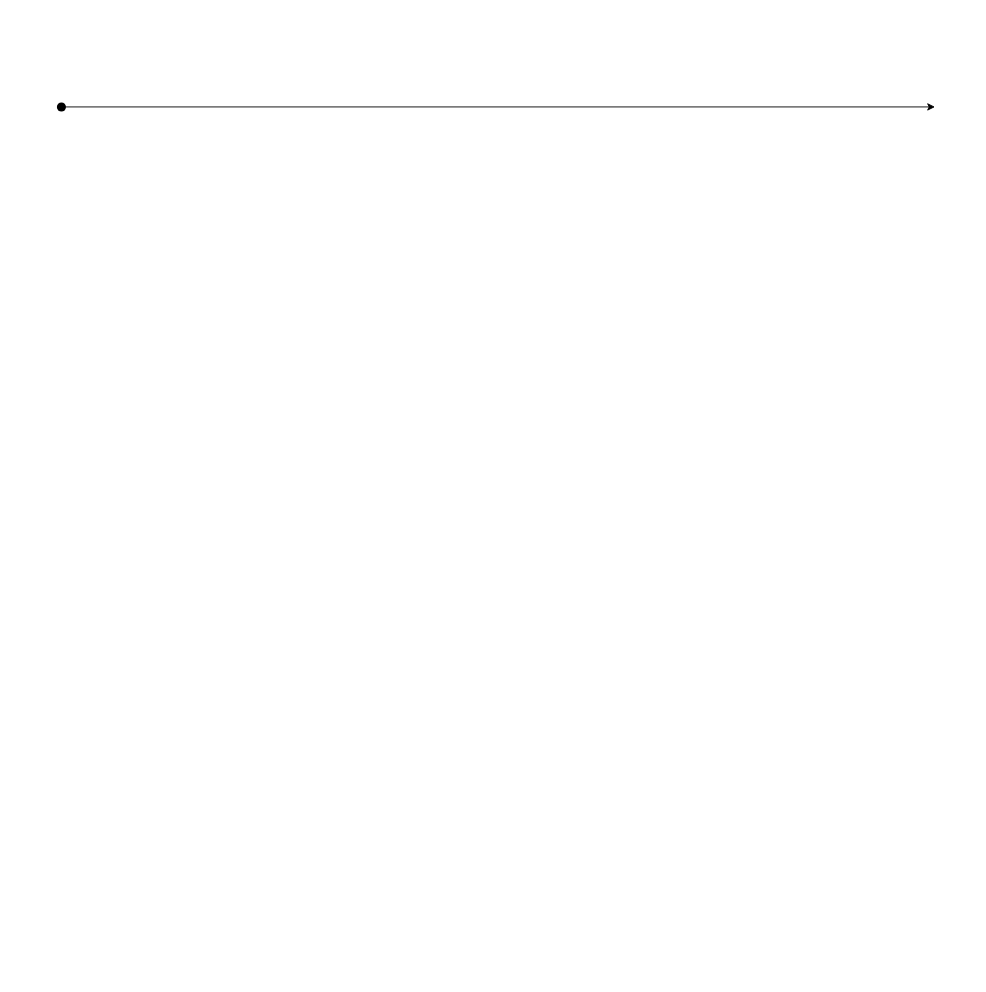
This is 助手研效.drawio from skindhu/9GAG, a draw.io file, before an edit. Source tidied: cells renumbered, new cells numbered last; positions are measured from the earlier drawing's top-left corner, leaving out a move shared by most shapes. Both pictures are drawn from the tidied source at 91%, with x=0, y=0 at pixel (52, 97).
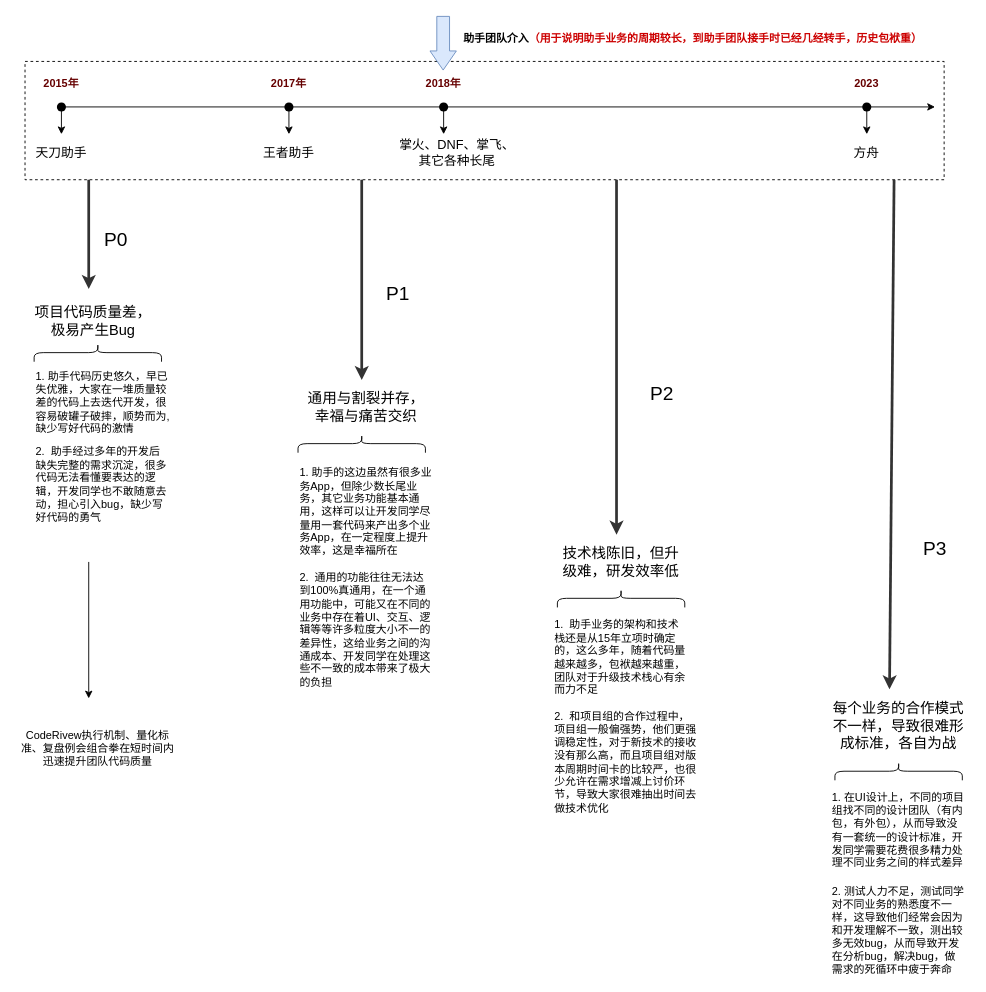
The same page after the edit.

Commit message:
更新助手研效.drawio

The change refers to these unchanged cells:
```xml
<mxCell id="3" style="shape=waypoint;sketch=0;fillStyle=solid;size=6;points=[];fillColor=none;perimeter=centerPerimeter;snapToPoint=1;strokeWidth=3;" parent="1" vertex="1">
  <mxGeometry width="20" height="20" as="geometry" />
</mxCell>
```

What changed in the source:
```diff
@@
+    <mxCell id="4" style="rounded=0;whiteSpace=wrap;html=1;dashed=1;" parent="1" vertex="1">
+      <mxGeometry x="-30" y="-40" width="1010" height="130" as="geometry" />
+    </mxCell>
@@
+    <mxCell id="5" style="edgeStyle=orthogonalEdgeStyle;rounded=0;jettySize=auto;html=1;" parent="1" edge="1" source="3">
+      <mxGeometry relative="1" as="geometry">
+        <mxPoint x="10" y="40" as="targetPoint" />
+      </mxGeometry>
+    </mxCell>
@@
+    <mxCell id="6" value="天刀助手" style="text;html=1;strokeColor=none;fillColor=none;align=center;verticalAlign=middle;whiteSpace=wrap;rounded=0;fontSize=14;" parent="1" vertex="1">
+      <mxGeometry x="-20" y="50" width="60" height="20" as="geometry" />
+    </mxCell>
+    <mxCell id="7" value="2015年" style="text;html=1;strokeColor=none;fillColor=none;align=center;verticalAlign=middle;whiteSpace=wrap;rounded=0;fontColor=#660000;fontStyle=1;" parent="1" vertex="1">
+      <mxGeometry x="-20" y="-30" width="60" height="30" as="geometry" />
+    </mxCell>
+    <mxCell id="8" style="edgeStyle=orthogonalEdgeStyle;rounded=0;jettySize=auto;html=1;" parent="1" edge="1" source="9">
+      <mxGeometry relative="1" as="geometry">
+        <mxPoint x="430" y="40" as="targetPoint" />
+      </mxGeometry>
+    </mxCell>
+    <mxCell id="9" style="shape=waypoint;sketch=0;fillStyle=solid;size=6;points=[];fillColor=none;perimeter=centerPerimeter;snapToPoint=1;strokeWidth=3;" parent="1" vertex="1">
+      <mxGeometry x="420" width="20" height="20" as="geometry" />
+    </mxCell>
+    <mxCell id="10" value="掌火、DNF、掌飞、其它各种长尾" style="text;html=1;strokeColor=none;fillColor=none;align=center;verticalAlign=middle;whiteSpace=wrap;rounded=0;fontSize=14;" parent="1" vertex="1">
+      <mxGeometry x="380" y="45" width="130" height="30" as="geometry" />
+    </mxCell>
+    <mxCell id="11" value="2018年" style="text;html=1;strokeColor=none;fillColor=none;align=center;verticalAlign=middle;whiteSpace=wrap;rounded=0;fontColor=#660000;fontStyle=1;" parent="1" vertex="1">
+      <mxGeometry x="400" y="-30" width="60" height="30" as="geometry" />
+    </mxCell>
+    <mxCell id="12" style="edgeStyle=orthogonalEdgeStyle;rounded=0;jettySize=auto;html=1;" parent="1" edge="1" source="13">
+      <mxGeometry relative="1" as="geometry">
+        <mxPoint x="895" y="40" as="targetPoint" />
+      </mxGeometry>
+    </mxCell>
+    <mxCell id="13" style="shape=waypoint;sketch=0;fillStyle=solid;size=6;points=[];fillColor=none;perimeter=centerPerimeter;snapToPoint=1;strokeWidth=3;" parent="1" vertex="1">
+      <mxGeometry x="885" width="20" height="20" as="geometry" />
+    </mxCell>
+    <mxCell id="14" value="方舟" style="text;html=1;strokeColor=none;fillColor=none;align=center;verticalAlign=middle;whiteSpace=wrap;rounded=0;fontSize=14;" parent="1" vertex="1">
+      <mxGeometry x="830" y="45" width="130" height="30" as="geometry" />
+    </mxCell>
+    <mxCell id="15" value="2023" style="text;html=1;strokeColor=none;fillColor=none;align=center;verticalAlign=middle;whiteSpace=wrap;rounded=0;fontColor=#660000;fontStyle=1;" parent="1" vertex="1">
+      <mxGeometry x="865" y="-30" width="60" height="30" as="geometry" />
+    </mxCell>
+    <mxCell id="16" style="shape=flexArrow;endArrow=classic;html=1;rounded=0;width=14;endSize=6.67;fillColor=#dae8fc;strokeColor=#6c8ebf;endWidth=14;" parent="1" edge="1">
+      <mxGeometry relative="1" as="geometry">
+        <mxPoint x="429.5" y="-90" as="sourcePoint" />
+        <mxPoint x="429.5" y="-30" as="targetPoint" />
+      </mxGeometry>
+    </mxCell>
+    <mxCell id="17" value="助手团队介入&lt;font color=&quot;#cc0000&quot;&gt;（用于说明助手业务的周期较长，到助手团队接手时已经几经转手，历史包袱重）&lt;/font&gt;" style="text;html=1;strokeColor=none;fillColor=none;align=left;verticalAlign=middle;whiteSpace=wrap;rounded=0;fontStyle=1;" parent="1" vertex="1">
+      <mxGeometry x="450" y="-80" width="540" height="30" as="geometry" />
+    </mxCell>
+    <mxCell id="18" style="endArrow=classic;html=1;rounded=0;strokeWidth=3;strokeColor=#333333;" parent="1" edge="1">
+      <mxGeometry relative="1" as="geometry">
+        <mxPoint x="40" y="90" as="sourcePoint" />
+        <mxPoint x="40" y="210" as="targetPoint" />
+      </mxGeometry>
+    </mxCell>
+    <mxCell id="19" value="P0" style="text;html=1;strokeColor=none;fillColor=none;align=center;verticalAlign=middle;whiteSpace=wrap;rounded=0;strokeWidth=2;fontSize=21;" parent="1" vertex="1">
+      <mxGeometry x="40" y="140" width="60" height="30" as="geometry" />
+    </mxCell>
+    <mxCell id="20" style="edgeStyle=orthogonalEdgeStyle;rounded=0;jettySize=auto;html=1;" parent="1" edge="1" source="21">
+      <mxGeometry relative="1" as="geometry">
+        <mxPoint x="260" y="40" as="targetPoint" />
+      </mxGeometry>
+    </mxCell>
+    <mxCell id="21" style="shape=waypoint;sketch=0;fillStyle=solid;size=6;points=[];fillColor=none;perimeter=centerPerimeter;snapToPoint=1;strokeWidth=3;" parent="1" vertex="1">
+      <mxGeometry x="250" width="20" height="20" as="geometry" />
+    </mxCell>
+    <mxCell id="22" value="王者助手" style="text;html=1;strokeColor=none;fillColor=none;align=center;verticalAlign=middle;whiteSpace=wrap;rounded=0;fontSize=14;" parent="1" vertex="1">
+      <mxGeometry x="230" y="50" width="60" height="20" as="geometry" />
+    </mxCell>
+    <mxCell id="23" value="2017年" style="text;html=1;strokeColor=none;fillColor=none;align=center;verticalAlign=middle;whiteSpace=wrap;rounded=0;fontColor=#660000;fontStyle=1;" parent="1" vertex="1">
+      <mxGeometry x="230" y="-30" width="60" height="30" as="geometry" />
+    </mxCell>
+    <mxCell id="24" value="项目代码质量差，极易产生Bug" style="text;html=1;strokeColor=none;fillColor=none;align=center;verticalAlign=middle;whiteSpace=wrap;rounded=0;fontSize=16;" parent="1" vertex="1">
+      <mxGeometry x="-20" y="200" width="130" height="90" as="geometry" />
+    </mxCell>
+    <mxCell id="25" style="shape=curlyBracket;whiteSpace=wrap;html=1;rounded=1;flipH=1;labelPosition=right;verticalLabelPosition=middle;align=left;verticalAlign=middle;rotation=-90;" parent="1" vertex="1">
+      <mxGeometry x="40" y="210" width="20" height="140" as="geometry" />
+    </mxCell>
+    <mxCell id="26" value="1. 助手代码历史悠久，早已失优雅，大家在一堆质量较差的代码上去迭代开发，很容易破罐子破摔，顺势而为,缺少写好代码的激情" style="text;html=1;strokeColor=none;fillColor=none;align=left;verticalAlign=middle;whiteSpace=wrap;rounded=0;" parent="1" vertex="1">
+      <mxGeometry x="-20" y="320" width="150" height="30" as="geometry" />
+    </mxCell>
+    <mxCell id="27" value="2.&amp;nbsp; 助手经过多年的开发后缺失完整的需求沉淀，很多代码无法看懂要表达的逻辑，开发同学也不敢随意去动，担心引入bug，缺少写好代码的勇气" style="text;html=1;strokeColor=none;fillColor=none;align=left;verticalAlign=middle;whiteSpace=wrap;rounded=0;" parent="1" vertex="1">
+      <mxGeometry x="-20" y="410" width="150" height="30" as="geometry" />
+    </mxCell>
+    <mxCell id="28" style="endArrow=classic;html=1;rounded=0;strokeWidth=3;strokeColor=#333333;" parent="1" edge="1">
+      <mxGeometry relative="1" as="geometry">
+        <mxPoint x="340" y="90" as="sourcePoint" />
+        <mxPoint x="340" y="310" as="targetPoint" />
+      </mxGeometry>
+    </mxCell>
+    <mxCell id="29" value="P1" style="text;html=1;strokeColor=none;fillColor=none;align=center;verticalAlign=middle;whiteSpace=wrap;rounded=0;strokeWidth=2;fontSize=21;" parent="1" vertex="1">
+      <mxGeometry x="350" y="200" width="60" height="30" as="geometry" />
+    </mxCell>
+    <mxCell id="30" value="通用与割裂并存，幸福与痛苦交织" style="text;html=1;strokeColor=none;fillColor=none;align=center;verticalAlign=middle;whiteSpace=wrap;rounded=0;fontSize=16;" parent="1" vertex="1">
+      <mxGeometry x="280" y="300" width="130" height="80" as="geometry" />
+    </mxCell>
+    <mxCell id="31" style="shape=curlyBracket;whiteSpace=wrap;html=1;rounded=1;flipH=1;labelPosition=right;verticalLabelPosition=middle;align=left;verticalAlign=middle;rotation=-90;" parent="1" vertex="1">
+      <mxGeometry x="330" y="310" width="20" height="140" as="geometry" />
+    </mxCell>
+    <mxCell id="32" value="1. 助手的这边虽然有很多业务App，但除少数长尾业务，其它业务功能基本通用，这样可以让开发同学尽量用一套代码来产出多个业务App，在一定程度上提升效率，这是幸福所在" style="text;html=1;strokeColor=none;fillColor=none;align=left;verticalAlign=middle;whiteSpace=wrap;rounded=0;" parent="1" vertex="1">
+      <mxGeometry x="270" y="440" width="150" height="30" as="geometry" />
+    </mxCell>
+    <mxCell id="33" value="2.&amp;nbsp; 通用的功能往往无法达到100%真通用，在一个通用功能中，可能又在不同的业务中存在着UI、交互、逻辑等等许多粒度大小不一的差异性，这给业务之间的沟通成本、开发同学在处理这些不一致的成本带来了极大的负担" style="text;html=1;strokeColor=none;fillColor=none;align=left;verticalAlign=middle;whiteSpace=wrap;rounded=0;" parent="1" vertex="1">
+      <mxGeometry x="270" y="570" width="150" height="30" as="geometry" />
+    </mxCell>
+    <mxCell id="34" style="endArrow=classic;html=1;rounded=0;strokeWidth=3;strokeColor=#333333;" parent="1" edge="1">
+      <mxGeometry relative="1" as="geometry">
+        <mxPoint x="620" y="90" as="sourcePoint" />
+        <mxPoint x="620" y="480" as="targetPoint" />
+      </mxGeometry>
+    </mxCell>
+    <mxCell id="35" value="P2" style="text;html=1;strokeColor=none;fillColor=none;align=center;verticalAlign=middle;whiteSpace=wrap;rounded=0;strokeWidth=2;fontSize=21;" parent="1" vertex="1">
+      <mxGeometry x="640" y="310" width="60" height="30" as="geometry" />
+    </mxCell>
+    <mxCell id="36" value="技术栈陈旧，但升级难，研发效率低" style="text;html=1;strokeColor=none;fillColor=none;align=center;verticalAlign=middle;whiteSpace=wrap;rounded=0;fontSize=16;" parent="1" vertex="1">
+      <mxGeometry x="560" y="470" width="130" height="80" as="geometry" />
+    </mxCell>
+    <mxCell id="37" style="shape=curlyBracket;whiteSpace=wrap;html=1;rounded=1;flipH=1;labelPosition=right;verticalLabelPosition=middle;align=left;verticalAlign=middle;rotation=-90;" parent="1" vertex="1">
+      <mxGeometry x="615" y="480" width="20" height="140" as="geometry" />
+    </mxCell>
+    <mxCell id="38" value="1.&amp;nbsp; 助手业务的架构和技术栈还是从15年立项时确定的，这么多年，随着代码量越来越多，包袱越来越重，团队对于升级技术栈心有余而力不足" style="text;html=1;strokeColor=none;fillColor=none;align=left;verticalAlign=middle;whiteSpace=wrap;rounded=0;" parent="1" vertex="1">
+      <mxGeometry x="550" y="600" width="150" height="30" as="geometry" />
+    </mxCell>
+    <mxCell id="39" value="2.&amp;nbsp; 和项目组的合作过程中，项目组一般偏强势，他们更强调稳定性，对于新技术的接收没有那么高，而且项目组对版本周期时间卡的比较严，也很少允许在需求增减上讨价环节，导致大家很难抽出时间去做技术优化" style="text;html=1;strokeColor=none;fillColor=none;align=left;verticalAlign=middle;whiteSpace=wrap;rounded=0;" parent="1" vertex="1">
+      <mxGeometry x="550" y="700" width="160" height="60" as="geometry" />
+    </mxCell>
+    <mxCell id="40" style="endArrow=classic;html=1;rounded=0;strokeWidth=3;strokeColor=#333333;" parent="1" edge="1">
+      <mxGeometry relative="1" as="geometry">
+        <mxPoint x="925" y="90" as="sourcePoint" />
+        <mxPoint x="920" y="650" as="targetPoint" />
+      </mxGeometry>
+    </mxCell>
+    <mxCell id="41" value="P3" style="text;html=1;strokeColor=none;fillColor=none;align=center;verticalAlign=middle;whiteSpace=wrap;rounded=0;strokeWidth=2;fontSize=21;" parent="1" vertex="1">
+      <mxGeometry x="940" y="480" width="60" height="30" as="geometry" />
+    </mxCell>
+    <mxCell id="42" value="每个业务的合作模式不一样，导致很难形成标准，各自为战" style="text;html=1;strokeColor=none;fillColor=none;align=center;verticalAlign=middle;whiteSpace=wrap;rounded=0;fontSize=16;" parent="1" vertex="1">
+      <mxGeometry x="850" y="650" width="160" height="80" as="geometry" />
+    </mxCell>
+    <mxCell id="43" style="shape=curlyBracket;whiteSpace=wrap;html=1;rounded=1;flipH=1;labelPosition=right;verticalLabelPosition=middle;align=left;verticalAlign=middle;rotation=-90;" parent="1" vertex="1">
+      <mxGeometry x="920" y="670" width="20" height="140" as="geometry" />
+    </mxCell>
+    <mxCell id="44" value="1. 在UI设计上，不同的项目组找不同的设计团队（有内包，有外包），从而导致没有一套统一的设计标准，开发同学需要花费很多精力处理不同业务之间的样式差异" style="text;html=1;strokeColor=none;fillColor=none;align=left;verticalAlign=middle;whiteSpace=wrap;rounded=0;" parent="1" vertex="1">
+      <mxGeometry x="855" y="790" width="150" height="30" as="geometry" />
+    </mxCell>
+    <mxCell id="45" value="2. 测试人力不足，测试同学对不同业务的熟悉度不一样，这导致他们经常会因为和开发理解不一致，测出较多无效bug，从而导致开发在分析bug，解决bug，做需求的死循环中疲于奔命" style="text;html=1;strokeColor=none;fillColor=none;align=left;verticalAlign=middle;whiteSpace=wrap;rounded=0;" parent="1" vertex="1">
+      <mxGeometry x="855" y="900" width="150" height="30" as="geometry" />
+    </mxCell>
+    <mxCell id="46" value="CodeRivew执行机制、量化标准、复盘例会组合拳在短时间内迅速提升团队代码质量" style="text;html=1;strokeColor=none;fillColor=none;align=center;verticalAlign=middle;whiteSpace=wrap;rounded=0;" parent="1" vertex="1">
+      <mxGeometry x="-40" y="650" width="180" height="130" as="geometry" />
+    </mxCell>
+    <mxCell id="47" style="endArrow=classic;html=1;rounded=0;" parent="1" edge="1">
+      <mxGeometry relative="1" as="geometry">
+        <mxPoint x="40" y="510" as="sourcePoint" />
+        <mxPoint x="40" y="660" as="targetPoint" />
+      </mxGeometry>
+    </mxCell>
```
